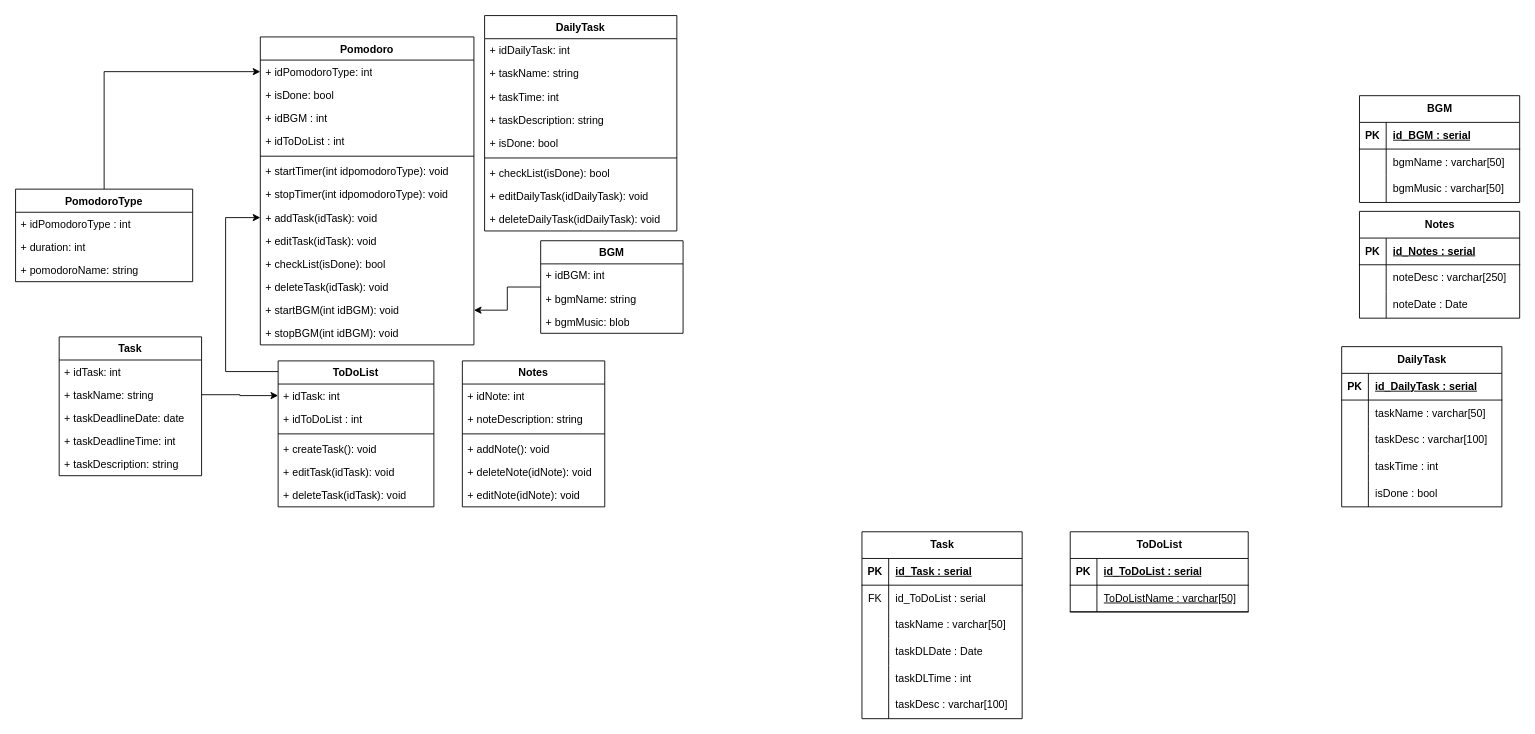
Above: page "Page-10" (10 of 10) of Molitio.drawio in jearsevan101/Molitio (draw.io), before the change. Source tidied: cells renumbered, new cells numbered last; positions are measured from the earlier drawing's top-left corner, leaving out a move shared by most shapes. Both pictures are drawn from the tidied source at 89%, with x=0, y=0 at pixel (15, 15).
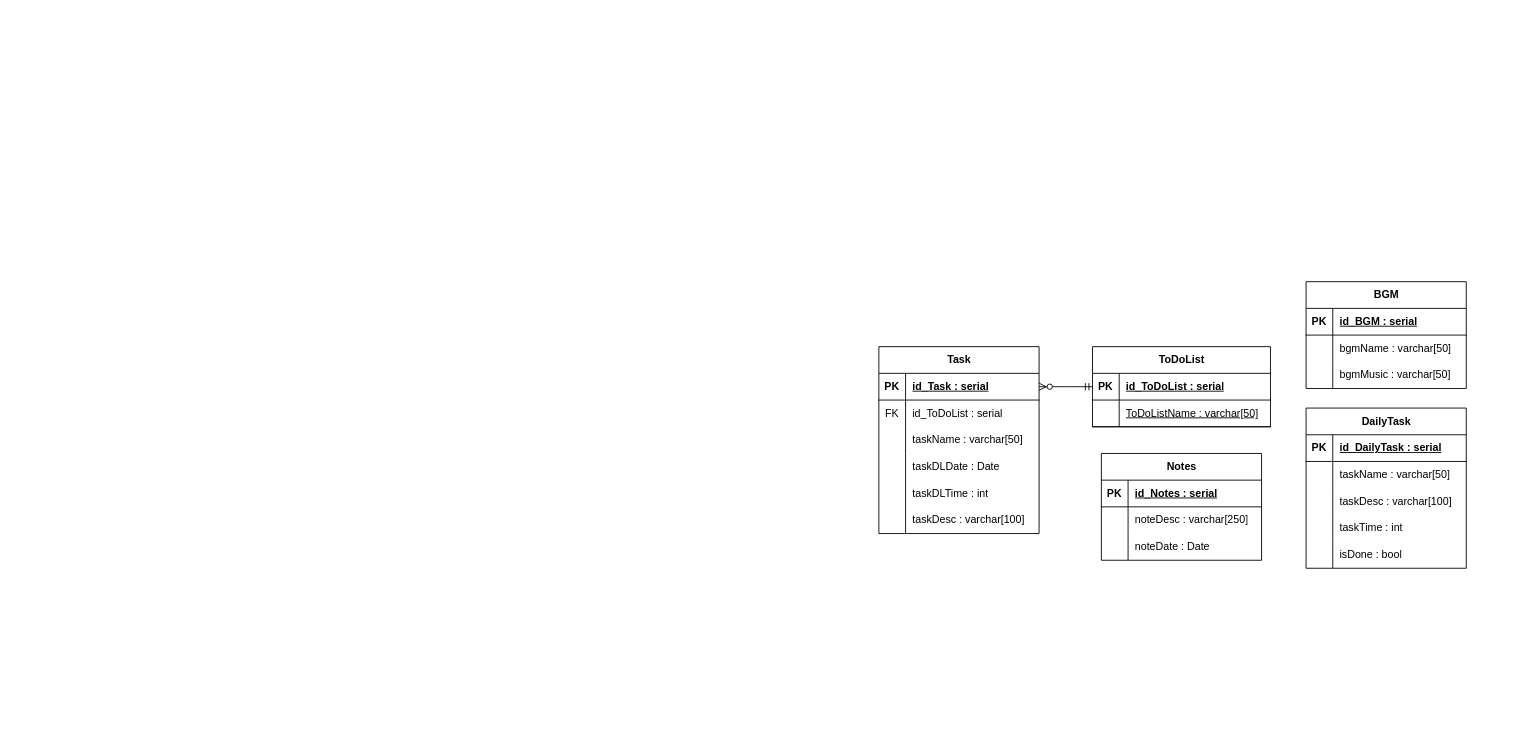
The same diagram, later.

The change refers to these unchanged cells:
```xml
<mxCell id="79" style="shape=tableRow;horizontal=0;startSize=0;swimlaneHead=0;swimlaneBody=0;fillColor=none;points=[[0,0.5],[1,0.5]];portConstraint=eastwest;top=0;left=0;right=0;bottom=1;" parent="78" vertex="1">
  <mxGeometry y="30" width="200" height="30" as="geometry" />
</mxCell>
<mxCell id="86" style="shape=tableRow;horizontal=0;startSize=0;swimlaneHead=0;swimlaneBody=0;fillColor=none;points=[[0,0.5],[1,0.5]];portConstraint=eastwest;top=0;left=0;right=0;bottom=1;" parent="85" vertex="1">
  <mxGeometry y="30" width="180" height="30" as="geometry" />
</mxCell>
```

What changed in the source:
```diff
@@
     <mxCell id="2" value="BGM" style="shape=table;startSize=30;childLayout=tableLayout;rowLines=0;fontStyle=1;align=center;html=1;" parent="1" vertex="1">
-      <mxGeometry x="1510" y="90" width="180" height="120" as="geometry" />
+      <mxGeometry x="1450" y="299" width="180" height="120" as="geometry" />
     </mxCell>
@@
-    <mxCell id="12" value="Notes" style="swimlane;fontStyle=1;align=center;verticalAlign=top;horizontal=1;startSize=26;whiteSpace=wrap;html=1;" parent="1" vertex="1">
-      <mxGeometry x="502" y="388" width="160" height="164" as="geometry" />
-    </mxCell>
-    <mxCell id="13" value="+ idNote: int" style="text;strokeColor=none;fillColor=none;align=left;verticalAlign=top;spacingLeft=4;spacingRight=4;overflow=hidden;whiteSpace=wrap;html=1;" parent="12" vertex="1">
-      <mxGeometry y="26" width="160" height="26" as="geometry" />
-    </mxCell>
-    <mxCell id="14" value="+ noteDescription: string" style="text;strokeColor=none;fillColor=none;align=left;verticalAlign=top;spacingLeft=4;spacingRight=4;overflow=hidden;whiteSpace=wrap;html=1;" parent="12" vertex="1">
-      <mxGeometry y="52" width="160" height="26" as="geometry" />
-    </mxCell>
-    <mxCell id="15" style="line;strokeWidth=1;fillColor=none;align=left;verticalAlign=middle;spacingTop=-1;spacingLeft=3;spacingRight=3;labelPosition=right;strokeColor=inherit;" parent="12" vertex="1">
-      <mxGeometry y="78" width="160" height="8" as="geometry" />
-    </mxCell>
-    <mxCell id="16" value="+ addNote(): void" style="text;strokeColor=none;fillColor=none;align=left;verticalAlign=top;spacingLeft=4;spacingRight=4;overflow=hidden;whiteSpace=wrap;html=1;" parent="12" vertex="1">
-      <mxGeometry y="86" width="160" height="26" as="geometry" />
-    </mxCell>
-    <mxCell id="17" value="+ deleteNote(idNote): void" style="text;strokeColor=none;fillColor=none;align=left;verticalAlign=top;spacingLeft=4;spacingRight=4;overflow=hidden;whiteSpace=wrap;html=1;" parent="12" vertex="1">
-      <mxGeometry y="112" width="160" height="26" as="geometry" />
-    </mxCell>
-    <mxCell id="18" value="+ editNote(idNote): void" style="text;strokeColor=none;fillColor=none;align=left;verticalAlign=top;spacingLeft=4;spacingRight=4;overflow=hidden;whiteSpace=wrap;html=1;" parent="12" vertex="1">
-      <mxGeometry y="138" width="160" height="26" as="geometry" />
-    </mxCell>
-    <mxCell id="19" style="edgeStyle=orthogonalEdgeStyle;rounded=0;jettySize=auto;html=1;entryX=0;entryY=0.5;entryDx=0;entryDy=0;" parent="1" edge="1" source="20" target="41">
-      <mxGeometry relative="1" as="geometry">
-        <Array as="points">
-          <mxPoint x="236" y="400" />
-          <mxPoint x="236" y="227" />
-        </Array>
-      </mxGeometry>
-    </mxCell>
-    <mxCell id="20" value="ToDoList" style="swimlane;fontStyle=1;align=center;verticalAlign=top;horizontal=1;startSize=26;whiteSpace=wrap;html=1;" parent="1" vertex="1">
-      <mxGeometry x="295" y="388" width="175" height="164" as="geometry" />
-    </mxCell>
-    <mxCell id="21" value="+ idTask: int" style="text;strokeColor=none;fillColor=none;align=left;verticalAlign=top;spacingLeft=4;spacingRight=4;overflow=hidden;points=[[0,0.5],[1,0.5]];portConstraint=eastwest;whiteSpace=wrap;html=1;" parent="20" vertex="1">
-      <mxGeometry y="26" width="175" height="26" as="geometry" />
-    </mxCell>
-    <mxCell id="22" value="+ idToDoList : int" style="text;strokeColor=none;fillColor=none;align=left;verticalAlign=top;spacingLeft=4;spacingRight=4;overflow=hidden;whiteSpace=wrap;html=1;" parent="20" vertex="1">
-      <mxGeometry y="52" width="175" height="26" as="geometry" />
-    </mxCell>
-    <mxCell id="23" style="line;strokeWidth=1;fillColor=none;align=left;verticalAlign=middle;spacingTop=-1;spacingLeft=3;spacingRight=3;labelPosition=right;strokeColor=inherit;" parent="20" vertex="1">
-      <mxGeometry y="78" width="175" height="8" as="geometry" />
-    </mxCell>
-    <mxCell id="24" value="+ createTask(): void" style="text;strokeColor=none;fillColor=none;align=left;verticalAlign=top;spacingLeft=4;spacingRight=4;overflow=hidden;whiteSpace=wrap;html=1;" parent="20" vertex="1">
-      <mxGeometry y="86" width="175" height="26" as="geometry" />
-    </mxCell>
-    <mxCell id="25" value="+ editTask(idTask): void" style="text;strokeColor=none;fillColor=none;align=left;verticalAlign=top;spacingLeft=4;spacingRight=4;overflow=hidden;whiteSpace=wrap;html=1;" parent="20" vertex="1">
-      <mxGeometry y="112" width="175" height="26" as="geometry" />
-    </mxCell>
-    <mxCell id="26" value="+ deleteTask(idTask): void" style="text;strokeColor=none;fillColor=none;align=left;verticalAlign=top;spacingLeft=4;spacingRight=4;overflow=hidden;whiteSpace=wrap;html=1;" parent="20" vertex="1">
-      <mxGeometry y="138" width="175" height="26" as="geometry" />
-    </mxCell>
-    <mxCell id="27" value="Task" style="swimlane;fontStyle=1;align=center;verticalAlign=top;horizontal=1;startSize=26;whiteSpace=wrap;html=1;" parent="1" vertex="1">
-      <mxGeometry x="49" y="361" width="160" height="156" as="geometry" />
-    </mxCell>
-    <mxCell id="28" value="+ idTask: int" style="text;strokeColor=none;fillColor=none;align=left;verticalAlign=top;spacingLeft=4;spacingRight=4;overflow=hidden;whiteSpace=wrap;html=1;" parent="27" vertex="1">
-      <mxGeometry y="26" width="160" height="26" as="geometry" />
-    </mxCell>
-    <mxCell id="29" value="+ taskName: string" style="text;strokeColor=none;fillColor=none;align=left;verticalAlign=top;spacingLeft=4;spacingRight=4;overflow=hidden;points=[[0,0.5],[1,0.5]];portConstraint=eastwest;whiteSpace=wrap;html=1;" parent="27" vertex="1">
-      <mxGeometry y="52" width="160" height="26" as="geometry" />
-    </mxCell>
-    <mxCell id="30" value="+ taskDeadlineDate: date" style="text;strokeColor=none;fillColor=none;align=left;verticalAlign=top;spacingLeft=4;spacingRight=4;overflow=hidden;whiteSpace=wrap;html=1;" parent="27" vertex="1">
-      <mxGeometry y="78" width="160" height="26" as="geometry" />
-    </mxCell>
-    <mxCell id="31" value="+ taskDeadlineTime: int" style="text;strokeColor=none;fillColor=none;align=left;verticalAlign=top;spacingLeft=4;spacingRight=4;overflow=hidden;whiteSpace=wrap;html=1;" parent="27" vertex="1">
-      <mxGeometry y="104" width="160" height="26" as="geometry" />
-    </mxCell>
-    <mxCell id="32" value="+ taskDescription: string" style="text;strokeColor=none;fillColor=none;align=left;verticalAlign=top;spacingLeft=4;spacingRight=4;overflow=hidden;whiteSpace=wrap;html=1;" parent="27" vertex="1">
-      <mxGeometry y="130" width="160" height="26" as="geometry" />
-    </mxCell>
-    <mxCell id="33" value="Pomodoro" style="swimlane;fontStyle=1;align=center;verticalAlign=top;horizontal=1;startSize=26;whiteSpace=wrap;html=1;" parent="1" vertex="1">
-      <mxGeometry x="275" y="24" width="240" height="346" as="geometry" />
-    </mxCell>
-    <mxCell id="34" value="+ idPomodoroType: int" style="text;strokeColor=none;fillColor=none;align=left;verticalAlign=top;spacingLeft=4;spacingRight=4;overflow=hidden;points=[[0,0.5],[1,0.5]];portConstraint=eastwest;whiteSpace=wrap;html=1;" parent="33" vertex="1">
-      <mxGeometry y="26" width="240" height="26" as="geometry" />
-    </mxCell>
-    <mxCell id="35" value="+ isDone: bool" style="text;strokeColor=none;fillColor=none;align=left;verticalAlign=top;spacingLeft=4;spacingRight=4;overflow=hidden;whiteSpace=wrap;html=1;" parent="33" vertex="1">
-      <mxGeometry y="52" width="240" height="26" as="geometry" />
-    </mxCell>
-    <mxCell id="36" value="+ idBGM : int" style="text;strokeColor=none;fillColor=none;align=left;verticalAlign=top;spacingLeft=4;spacingRight=4;overflow=hidden;whiteSpace=wrap;html=1;" parent="33" vertex="1">
-      <mxGeometry y="78" width="240" height="26" as="geometry" />
-    </mxCell>
-    <mxCell id="37" value="+ idToDoList : int" style="text;strokeColor=none;fillColor=none;align=left;verticalAlign=top;spacingLeft=4;spacingRight=4;overflow=hidden;whiteSpace=wrap;html=1;" parent="33" vertex="1">
-      <mxGeometry y="104" width="240" height="26" as="geometry" />
-    </mxCell>
-    <mxCell id="38" style="line;strokeWidth=1;fillColor=none;align=left;verticalAlign=middle;spacingTop=-1;spacingLeft=3;spacingRight=3;labelPosition=right;strokeColor=inherit;" parent="33" vertex="1">
-      <mxGeometry y="130" width="240" height="8" as="geometry" />
-    </mxCell>
-    <mxCell id="39" value="+ startTimer(int idpomodoroType): void" style="text;strokeColor=none;fillColor=none;align=left;verticalAlign=top;spacingLeft=4;spacingRight=4;overflow=hidden;whiteSpace=wrap;html=1;" parent="33" vertex="1">
-      <mxGeometry y="138" width="240" height="26" as="geometry" />
-    </mxCell>
-    <mxCell id="40" value="+ stopTimer(int idpomodoroType): void" style="text;strokeColor=none;fillColor=none;align=left;verticalAlign=top;spacingLeft=4;spacingRight=4;overflow=hidden;whiteSpace=wrap;html=1;" parent="33" vertex="1">
-      <mxGeometry y="164" width="240" height="26" as="geometry" />
-    </mxCell>
-    <mxCell id="41" value="+ addTask(idTask): void" style="text;strokeColor=none;fillColor=none;align=left;verticalAlign=top;spacingLeft=4;spacingRight=4;overflow=hidden;points=[[0,0.5],[1,0.5]];portConstraint=eastwest;whiteSpace=wrap;html=1;" parent="33" vertex="1">
-      <mxGeometry y="190" width="240" height="26" as="geometry" />
-    </mxCell>
-    <mxCell id="42" value="+ editTask(idTask): void" style="text;strokeColor=none;fillColor=none;align=left;verticalAlign=top;spacingLeft=4;spacingRight=4;overflow=hidden;whiteSpace=wrap;html=1;" parent="33" vertex="1">
-      <mxGeometry y="216" width="240" height="26" as="geometry" />
-    </mxCell>
-    <mxCell id="43" value="+ checkList(isDone): bool" style="text;strokeColor=none;fillColor=none;align=left;verticalAlign=top;spacingLeft=4;spacingRight=4;overflow=hidden;whiteSpace=wrap;html=1;" parent="33" vertex="1">
-      <mxGeometry y="242" width="240" height="26" as="geometry" />
-    </mxCell>
-    <mxCell id="44" value="+ deleteTask(idTask): void" style="text;strokeColor=none;fillColor=none;align=left;verticalAlign=top;spacingLeft=4;spacingRight=4;overflow=hidden;whiteSpace=wrap;html=1;" parent="33" vertex="1">
-      <mxGeometry y="268" width="240" height="26" as="geometry" />
-    </mxCell>
-    <mxCell id="45" value="+ startBGM(int idBGM): void" style="text;strokeColor=none;fillColor=none;align=left;verticalAlign=top;spacingLeft=4;spacingRight=4;overflow=hidden;points=[[0,0.5],[1,0.5]];portConstraint=eastwest;whiteSpace=wrap;html=1;" parent="33" vertex="1">
-      <mxGeometry y="294" width="240" height="26" as="geometry" />
-    </mxCell>
-    <mxCell id="46" value="+ stopBGM(int idBGM): void" style="text;strokeColor=none;fillColor=none;align=left;verticalAlign=top;spacingLeft=4;spacingRight=4;overflow=hidden;whiteSpace=wrap;html=1;" parent="33" vertex="1">
-      <mxGeometry y="320" width="240" height="26" as="geometry" />
-    </mxCell>
-    <mxCell id="47" style="edgeStyle=orthogonalEdgeStyle;rounded=0;jettySize=auto;html=1;" parent="1" edge="1" source="48" target="45">
-      <mxGeometry relative="1" as="geometry" />
-    </mxCell>
-    <mxCell id="48" value="BGM" style="swimlane;fontStyle=1;align=center;verticalAlign=top;horizontal=1;startSize=26;whiteSpace=wrap;html=1;" parent="1" vertex="1">
-      <mxGeometry x="590" y="253" width="160" height="104" as="geometry" />
-    </mxCell>
-    <mxCell id="49" value="+ idBGM: int" style="text;strokeColor=none;fillColor=none;align=left;verticalAlign=top;spacingLeft=4;spacingRight=4;overflow=hidden;whiteSpace=wrap;html=1;" parent="48" vertex="1">
-      <mxGeometry y="26" width="160" height="26" as="geometry" />
-    </mxCell>
-    <mxCell id="50" value="+ bgmName: string" style="text;strokeColor=none;fillColor=none;align=left;verticalAlign=top;spacingLeft=4;spacingRight=4;overflow=hidden;whiteSpace=wrap;html=1;" parent="48" vertex="1">
-      <mxGeometry y="52" width="160" height="26" as="geometry" />
-    </mxCell>
-    <mxCell id="51" value="+ bgmMusic: blob" style="text;strokeColor=none;fillColor=none;align=left;verticalAlign=top;spacingLeft=4;spacingRight=4;overflow=hidden;whiteSpace=wrap;html=1;" parent="48" vertex="1">
-      <mxGeometry y="78" width="160" height="26" as="geometry" />
-    </mxCell>
-    <mxCell id="52" value="DailyTask" style="swimlane;fontStyle=1;align=center;verticalAlign=top;horizontal=1;startSize=26;whiteSpace=wrap;html=1;" parent="1" vertex="1">
-      <mxGeometry x="527" width="216" height="242" as="geometry" />
-    </mxCell>
-    <mxCell id="53" value="+ idDailyTask: int" style="text;strokeColor=none;fillColor=none;align=left;verticalAlign=top;spacingLeft=4;spacingRight=4;overflow=hidden;whiteSpace=wrap;html=1;" parent="52" vertex="1">
-      <mxGeometry y="26" width="216" height="26" as="geometry" />
-    </mxCell>
-    <mxCell id="54" value="+ taskName: string" style="text;strokeColor=none;fillColor=none;align=left;verticalAlign=top;spacingLeft=4;spacingRight=4;overflow=hidden;whiteSpace=wrap;html=1;" parent="52" vertex="1">
-      <mxGeometry y="52" width="216" height="26" as="geometry" />
-    </mxCell>
-    <mxCell id="55" value="+ taskTime: int" style="text;strokeColor=none;fillColor=none;align=left;verticalAlign=top;spacingLeft=4;spacingRight=4;overflow=hidden;whiteSpace=wrap;html=1;" parent="52" vertex="1">
-      <mxGeometry y="78" width="216" height="26" as="geometry" />
-    </mxCell>
-    <mxCell id="56" value="+ taskDescription: string" style="text;strokeColor=none;fillColor=none;align=left;verticalAlign=top;spacingLeft=4;spacingRight=4;overflow=hidden;whiteSpace=wrap;html=1;" parent="52" vertex="1">
-      <mxGeometry y="104" width="216" height="26" as="geometry" />
-    </mxCell>
-    <mxCell id="57" value="+ isDone: bool" style="text;strokeColor=none;fillColor=none;align=left;verticalAlign=top;spacingLeft=4;spacingRight=4;overflow=hidden;whiteSpace=wrap;html=1;" parent="52" vertex="1">
-      <mxGeometry y="130" width="216" height="26" as="geometry" />
-    </mxCell>
-    <mxCell id="58" style="line;strokeWidth=1;fillColor=none;align=left;verticalAlign=middle;spacingTop=-1;spacingLeft=3;spacingRight=3;labelPosition=right;strokeColor=inherit;" parent="52" vertex="1">
-      <mxGeometry y="156" width="216" height="8" as="geometry" />
-    </mxCell>
-    <mxCell id="59" value="+ checkList(isDone): bool" style="text;strokeColor=none;fillColor=none;align=left;verticalAlign=top;spacingLeft=4;spacingRight=4;overflow=hidden;whiteSpace=wrap;html=1;" parent="52" vertex="1">
-      <mxGeometry y="164" width="216" height="26" as="geometry" />
-    </mxCell>
-    <mxCell id="60" value="+ editDailyTask(idDailyTask): void" style="text;strokeColor=none;fillColor=none;align=left;verticalAlign=top;spacingLeft=4;spacingRight=4;overflow=hidden;whiteSpace=wrap;html=1;" parent="52" vertex="1">
-      <mxGeometry y="190" width="216" height="26" as="geometry" />
-    </mxCell>
-    <mxCell id="61" value="+ deleteDailyTask(idDailyTask): void" style="text;strokeColor=none;fillColor=none;align=left;verticalAlign=top;spacingLeft=4;spacingRight=4;overflow=hidden;whiteSpace=wrap;html=1;" parent="52" vertex="1">
-      <mxGeometry y="216" width="216" height="26" as="geometry" />
-    </mxCell>
-    <mxCell id="62" style="edgeStyle=orthogonalEdgeStyle;rounded=0;jettySize=auto;html=1;" parent="1" edge="1" source="63" target="34">
-      <mxGeometry relative="1" as="geometry" />
-    </mxCell>
-    <mxCell id="63" value="PomodoroType" style="swimlane;fontStyle=1;align=center;verticalAlign=top;horizontal=1;startSize=26;whiteSpace=wrap;html=1;" parent="1" vertex="1">
-      <mxGeometry y="195" width="199" height="104" as="geometry" />
-    </mxCell>
-    <mxCell id="64" value="+ idPomodoroType : int" style="text;strokeColor=none;fillColor=none;align=left;verticalAlign=top;spacingLeft=4;spacingRight=4;overflow=hidden;whiteSpace=wrap;html=1;" parent="63" vertex="1">
-      <mxGeometry y="26" width="199" height="26" as="geometry" />
-    </mxCell>
-    <mxCell id="65" value="+ duration: int" style="text;strokeColor=none;fillColor=none;align=left;verticalAlign=top;spacingLeft=4;spacingRight=4;overflow=hidden;whiteSpace=wrap;html=1;" parent="63" vertex="1">
-      <mxGeometry y="52" width="199" height="26" as="geometry" />
-    </mxCell>
-    <mxCell id="66" value="+ pomodoroName: string" style="text;strokeColor=none;fillColor=none;align=left;verticalAlign=top;spacingLeft=4;spacingRight=4;overflow=hidden;whiteSpace=wrap;html=1;" parent="63" vertex="1">
-      <mxGeometry y="78" width="199" height="26" as="geometry" />
-    </mxCell>
-    <mxCell id="67" style="edgeStyle=orthogonalEdgeStyle;rounded=0;jettySize=auto;html=1;entryX=0;entryY=0.5;entryDx=0;entryDy=0;" parent="1" edge="1" source="29" target="21">
-      <mxGeometry relative="1" as="geometry" />
-    </mxCell>
     <mxCell id="68" value="Notes" style="shape=table;startSize=30;childLayout=tableLayout;rowLines=0;fontStyle=1;align=center;html=1;" parent="1" vertex="1">
-      <mxGeometry x="1510" y="220" width="180" height="120" as="geometry" />
+      <mxGeometry x="1220" y="492" width="180" height="120" as="geometry" />
     </mxCell>
@@
     <mxCell id="78" value="ToDoList" style="shape=table;startSize=30;childLayout=tableLayout;rowLines=0;fontStyle=1;align=center;html=1;" parent="1" vertex="1">
-      <mxGeometry x="1185" y="580" width="200" height="90" as="geometry" />
+      <mxGeometry x="1210" y="372" width="200" height="90" as="geometry" />
     </mxCell>
@@
     <mxCell id="85" value="Task" style="shape=table;startSize=30;childLayout=tableLayout;rowLines=0;fontStyle=1;align=center;html=1;" parent="1" vertex="1">
-      <mxGeometry x="951" y="580" width="180" height="210" as="geometry" />
+      <mxGeometry x="970" y="372" width="180" height="210" as="geometry" />
     </mxCell>
@@
     <mxCell id="104" value="DailyTask" style="shape=table;startSize=30;childLayout=tableLayout;rowLines=0;fontStyle=1;align=center;html=1;" parent="1" vertex="1">
-      <mxGeometry x="1490" y="372" width="180" height="180" as="geometry" />
+      <mxGeometry x="1450" y="441" width="180" height="180" as="geometry" />
     </mxCell>
@@
+    <mxCell id="120" style="edgeStyle=entityRelationEdgeStyle;fontSize=12;html=1;endArrow=ERzeroToMany;startArrow=ERmandOne;rounded=0;" parent="1" edge="1" source="79" target="86">
+      <mxGeometry relative="1" as="geometry" />
+    </mxCell>
```
